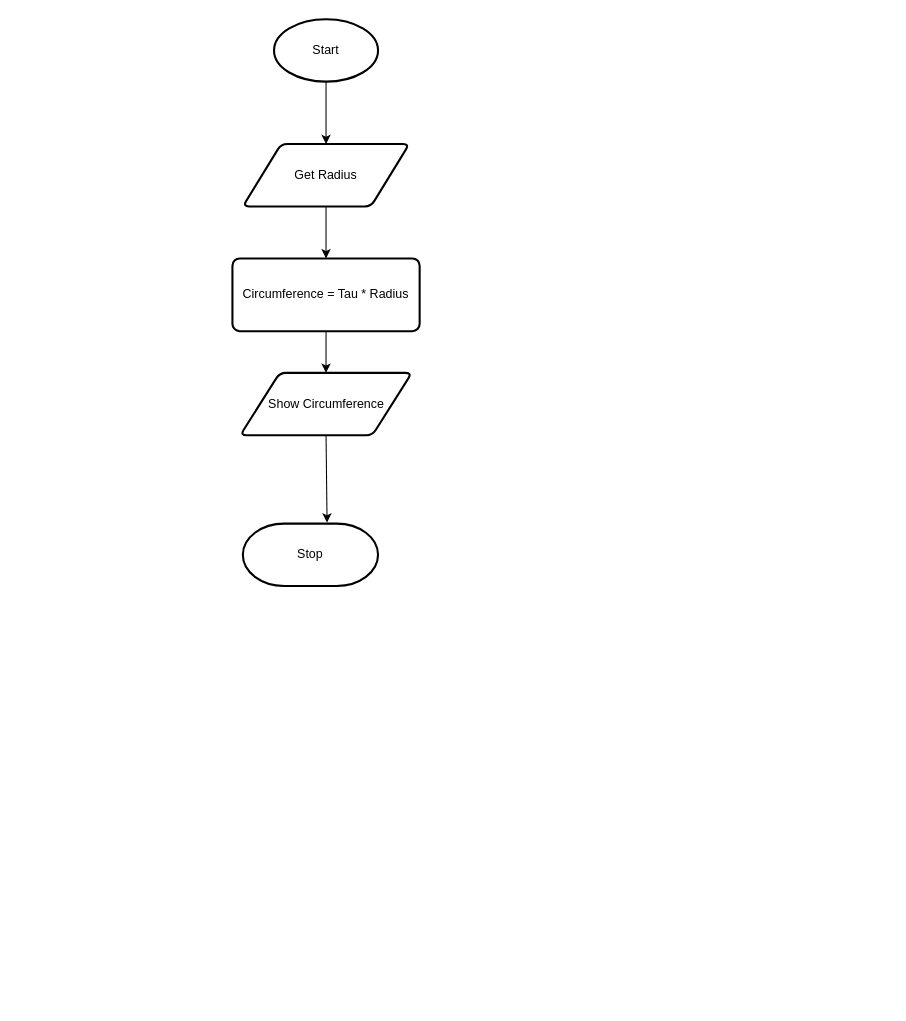
The draw.io diagram flowchart.drawio in Ethan-Prieur1/ICS3U-Unit3-08-Python, before the edit. Source tidied: cells renumbered, new cells numbered last; positions are measured from the earlier drawing's top-left corner, leaving out a move shared by most shapes. Both pictures are drawn from the tidied source at 104%, with x=0, y=0 at pixel (232, 19).
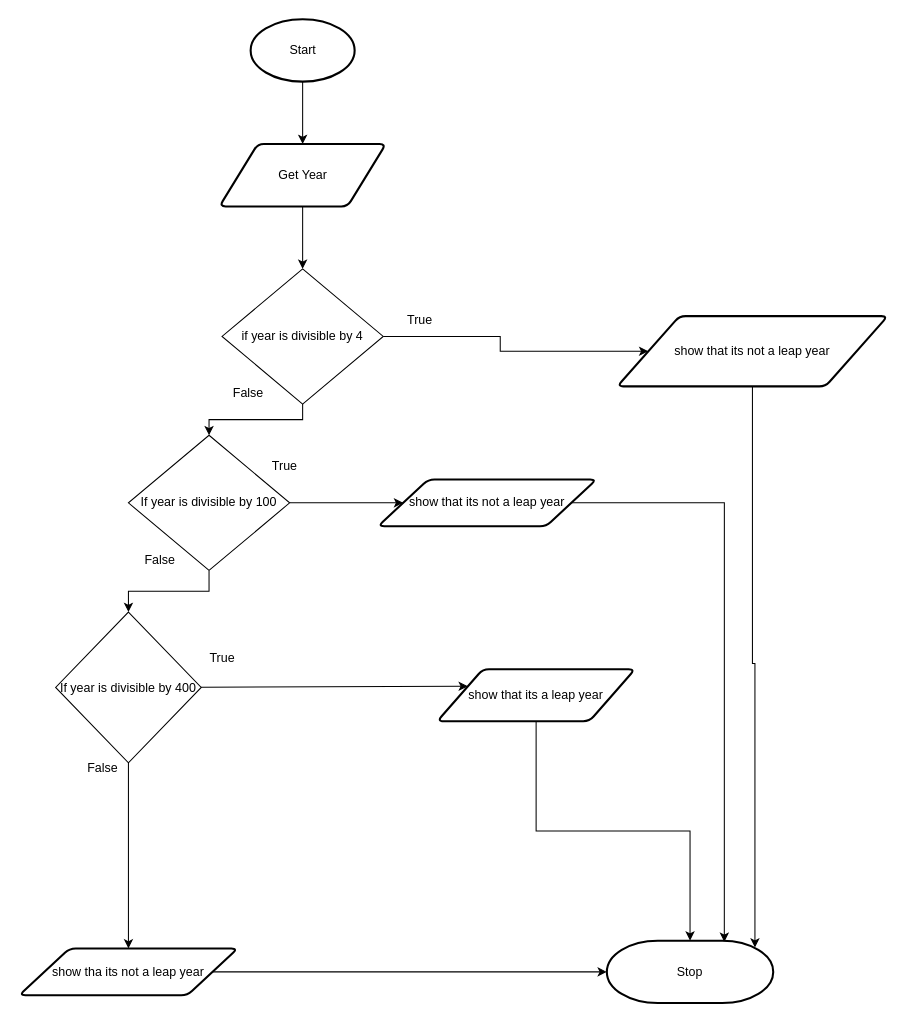
After the change.

Change to the diagram source:
```diff
@@
     <mxCell id="3" value="Start" style="strokeWidth=2;html=1;shape=mxgraph.flowchart.start_1;whiteSpace=wrap;" parent="1" vertex="1">
-      <mxGeometry x="40" width="100" height="60" as="geometry" />
+      <mxGeometry x="17.5" width="100" height="60" as="geometry" />
     </mxCell>
-    <mxCell id="4" style="edgeStyle=none;html=1;exitX=0.5;exitY=1;exitDx=0;exitDy=0;entryX=0.5;entryY=0;entryDx=0;entryDy=0;" parent="1" edge="1" source="5" target="7">
-      <mxGeometry relative="1" as="geometry" />
-    </mxCell>
+    <mxCell id="11" style="edgeStyle=orthogonalEdgeStyle;rounded=0;html=1;entryX=0.5;entryY=0;entryDx=0;entryDy=0;" parent="1" edge="1" source="5" target="8">
+      <mxGeometry relative="1" as="geometry" />
+    </mxCell>
-    <mxCell id="5" value="Get Radius" style="shape=parallelogram;html=1;strokeWidth=2;perimeter=parallelogramPerimeter;whiteSpace=wrap;rounded=1;arcSize=12;size=0.23;" parent="1" vertex="1">
-      <mxGeometry x="10" y="120" width="160" height="60" as="geometry" />
+    <mxCell id="5" value="Get Year" style="shape=parallelogram;html=1;strokeWidth=2;perimeter=parallelogramPerimeter;whiteSpace=wrap;rounded=1;arcSize=12;size=0.23;" parent="1" vertex="1">
+      <mxGeometry x="-12.5" y="120" width="160" height="60" as="geometry" />
     </mxCell>
-    <mxCell id="6" style="edgeStyle=none;html=1;exitX=0.5;exitY=1;exitDx=0;exitDy=0;entryX=0.5;entryY=0;entryDx=0;entryDy=0;" parent="1" edge="1" source="7" target="9">
-      <mxGeometry relative="1" as="geometry" />
-    </mxCell>
-    <mxCell id="7" value="Circumference = Tau * Radius" style="rounded=1;whiteSpace=wrap;html=1;absoluteArcSize=1;arcSize=14;strokeWidth=2;" parent="1" vertex="1">
-      <mxGeometry y="230" width="180" height="70" as="geometry" />
-    </mxCell>
-    <mxCell id="8" style="edgeStyle=none;html=1;exitX=0.5;exitY=1;exitDx=0;exitDy=0;entryX=0.623;entryY=-0.017;entryDx=0;entryDy=0;entryPerimeter=0;" parent="1" edge="1" source="9" target="10">
-      <mxGeometry relative="1" as="geometry" />
-    </mxCell>
+    <mxCell id="12" style="edgeStyle=orthogonalEdgeStyle;rounded=0;html=1;exitX=1;exitY=0.5;exitDx=0;exitDy=0;entryX=0.706;entryY=0.02;entryDx=0;entryDy=0;entryPerimeter=0;" parent="1" edge="1" source="9" target="10">
+      <mxGeometry relative="1" as="geometry" />
+    </mxCell>
-    <mxCell id="9" value="Show Circumference" style="shape=parallelogram;html=1;strokeWidth=2;perimeter=parallelogramPerimeter;whiteSpace=wrap;rounded=1;arcSize=12;size=0.23;" parent="1" vertex="1">
-      <mxGeometry x="7.5" y="340" width="165" height="60" as="geometry" />
+    <mxCell id="9" value="show that its not a leap year" style="shape=parallelogram;html=1;strokeWidth=2;perimeter=parallelogramPerimeter;whiteSpace=wrap;rounded=1;arcSize=12;size=0.23;" parent="1" vertex="1">
+      <mxGeometry x="140" y="442.5" width="210" height="45" as="geometry" />
     </mxCell>
     <mxCell id="10" value="Stop" style="strokeWidth=2;html=1;shape=mxgraph.flowchart.terminator;whiteSpace=wrap;" parent="1" vertex="1">
-      <mxGeometry x="10" y="485" width="130" height="60" as="geometry" />
+      <mxGeometry x="360" y="886" width="160" height="60" as="geometry" />
     </mxCell>
+    <mxCell id="13" style="edgeStyle=orthogonalEdgeStyle;rounded=0;html=1;entryX=0;entryY=0.5;entryDx=0;entryDy=0;" parent="1" edge="1" source="8" target="29">
+      <mxGeometry relative="1" as="geometry" />
+    </mxCell>
+    <mxCell id="14" style="edgeStyle=orthogonalEdgeStyle;rounded=0;html=1;exitX=0.5;exitY=1;exitDx=0;exitDy=0;entryX=0.5;entryY=0;entryDx=0;entryDy=0;" parent="1" edge="1" source="8" target="17">
+      <mxGeometry relative="1" as="geometry" />
+    </mxCell>
+    <mxCell id="8" value="if year is divisible by 4" style="rhombus;whiteSpace=wrap;html=1;" parent="1" vertex="1">
+      <mxGeometry x="-10" y="240" width="155" height="130" as="geometry" />
+    </mxCell>
+    <mxCell id="15" style="edgeStyle=none;html=1;" parent="1" edge="1" source="17" target="9">
+      <mxGeometry relative="1" as="geometry" />
+    </mxCell>
+    <mxCell id="16" style="edgeStyle=orthogonalEdgeStyle;html=1;entryX=0.5;entryY=0;entryDx=0;entryDy=0;exitX=0.5;exitY=1;exitDx=0;exitDy=0;rounded=0;" parent="1" edge="1" source="17" target="20">
+      <mxGeometry relative="1" as="geometry" />
+    </mxCell>
+    <mxCell id="17" value="If year is divisible by 100" style="rhombus;whiteSpace=wrap;html=1;" parent="1" vertex="1">
+      <mxGeometry x="-100" y="400" width="155" height="130" as="geometry" />
+    </mxCell>
+    <mxCell id="18" style="edgeStyle=none;html=1;entryX=0;entryY=0.25;entryDx=0;entryDy=0;" parent="1" edge="1" source="20" target="22">
+      <mxGeometry relative="1" as="geometry" />
+    </mxCell>
+    <mxCell id="19" style="edgeStyle=orthogonalEdgeStyle;rounded=0;html=1;" parent="1" edge="1" source="20" target="27">
+      <mxGeometry relative="1" as="geometry" />
+    </mxCell>
+    <mxCell id="20" value="If year is divisible by 400" style="rhombus;whiteSpace=wrap;html=1;" parent="1" vertex="1">
+      <mxGeometry x="-170" y="570" width="140" height="145" as="geometry" />
+    </mxCell>
+    <mxCell id="21" style="edgeStyle=orthogonalEdgeStyle;rounded=0;html=1;entryX=0.5;entryY=0;entryDx=0;entryDy=0;entryPerimeter=0;" parent="1" edge="1" source="22" target="10">
+      <mxGeometry relative="1" as="geometry" />
+    </mxCell>
+    <mxCell id="22" value="show that its a leap year" style="shape=parallelogram;html=1;strokeWidth=2;perimeter=parallelogramPerimeter;whiteSpace=wrap;rounded=1;arcSize=12;size=0.23;" parent="1" vertex="1">
+      <mxGeometry x="197" y="625" width="190" height="50" as="geometry" />
+    </mxCell>
+    <mxCell id="23" value="True" style="text;html=1;align=center;verticalAlign=middle;strokeColor=none;fillColor=none;" parent="1" vertex="1">
+      <mxGeometry x="30" y="420" width="40" height="20" as="geometry" />
+    </mxCell>
+    <mxCell id="24" value="True" style="text;html=1;align=center;verticalAlign=middle;strokeColor=none;fillColor=none;" parent="1" vertex="1">
+      <mxGeometry x="-30" y="605" width="40" height="20" as="geometry" />
+    </mxCell>
+    <mxCell id="25" value="False" style="text;html=1;align=center;verticalAlign=middle;strokeColor=none;fillColor=none;" parent="1" vertex="1">
+      <mxGeometry x="-95" y="510" width="50" height="20" as="geometry" />
+    </mxCell>
+    <mxCell id="26" style="edgeStyle=orthogonalEdgeStyle;rounded=0;html=1;exitX=1;exitY=0.5;exitDx=0;exitDy=0;entryX=0;entryY=0.5;entryDx=0;entryDy=0;entryPerimeter=0;" parent="1" edge="1" source="27" target="10">
+      <mxGeometry relative="1" as="geometry" />
+    </mxCell>
+    <mxCell id="27" value="show tha its not a leap year" style="shape=parallelogram;html=1;strokeWidth=2;perimeter=parallelogramPerimeter;whiteSpace=wrap;rounded=1;arcSize=12;size=0.23;" parent="1" vertex="1">
+      <mxGeometry x="-205" y="893.5" width="210" height="45" as="geometry" />
+    </mxCell>
+    <mxCell id="28" style="edgeStyle=orthogonalEdgeStyle;rounded=0;html=1;exitX=0.5;exitY=1;exitDx=0;exitDy=0;entryX=0.89;entryY=0.11;entryDx=0;entryDy=0;entryPerimeter=0;" parent="1" edge="1" source="29" target="10">
+      <mxGeometry relative="1" as="geometry" />
+    </mxCell>
+    <mxCell id="29" value="show that its not a leap year" style="shape=parallelogram;html=1;strokeWidth=2;perimeter=parallelogramPerimeter;whiteSpace=wrap;rounded=1;arcSize=12;size=0.23;" parent="1" vertex="1">
+      <mxGeometry x="370" y="285.5" width="260" height="67.5" as="geometry" />
+    </mxCell>
+    <mxCell id="30" value="True" style="text;html=1;align=center;verticalAlign=middle;strokeColor=none;fillColor=none;" parent="1" vertex="1">
+      <mxGeometry x="160" y="280" width="40" height="20" as="geometry" />
+    </mxCell>
+    <mxCell id="31" value="False" style="text;html=1;align=center;verticalAlign=middle;strokeColor=none;fillColor=none;" parent="1" vertex="1">
+      <mxGeometry x="-10" y="350" width="50" height="20" as="geometry" />
+    </mxCell>
+    <mxCell id="32" value="False" style="text;html=1;align=center;verticalAlign=middle;strokeColor=none;fillColor=none;" parent="1" vertex="1">
+      <mxGeometry x="-150" y="710" width="50" height="20" as="geometry" />
+    </mxCell>
```
